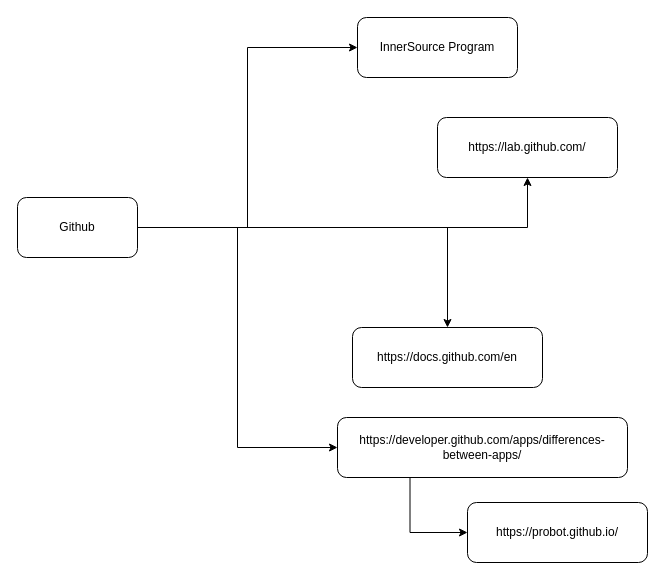
This is maps/Github-mindmap.drawio from marioalboy/techinfos, a draw.io file, before an edit. Source tidied: cells renumbered, new cells numbered last; positions are measured from the earlier drawing's top-left corner, leaving out a move shared by most shapes. Both pictures are drawn from the tidied source at 100%, with x=0, y=0 at pixel (17, 17).
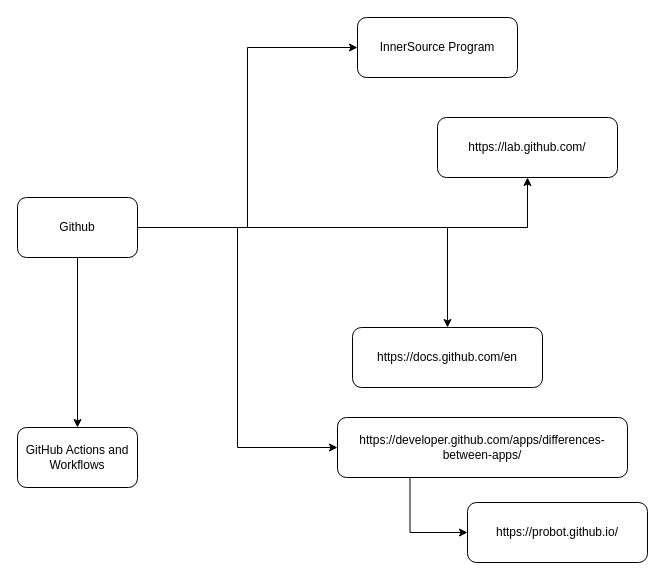
Above is the later version.

What changed in the source:
```diff
@@
 <mxGraphModel>
   <root>
     <mxCell id="0" />
     <mxCell id="1" parent="0" />
     <mxCell id="2" style="edgeStyle=orthogonalEdgeStyle;rounded=0;jettySize=auto;html=1;" parent="1" edge="1" source="6" target="7">
       <mxGeometry relative="1" as="geometry" />
     </mxCell>
     <mxCell id="3" style="edgeStyle=orthogonalEdgeStyle;rounded=0;jettySize=auto;html=1;entryX=0;entryY=0.5;entryDx=0;entryDy=0;" parent="1" edge="1" source="6" target="9">
       <mxGeometry relative="1" as="geometry" />
     </mxCell>
     <mxCell id="4" style="edgeStyle=orthogonalEdgeStyle;rounded=0;jettySize=auto;html=1;entryX=0;entryY=0.5;entryDx=0;entryDy=0;" parent="1" edge="1" source="6" target="11">
       <mxGeometry relative="1" as="geometry" />
     </mxCell>
     <mxCell id="5" style="edgeStyle=orthogonalEdgeStyle;rounded=0;jettySize=auto;html=1;entryX=0.5;entryY=1;entryDx=0;entryDy=0;" parent="1" edge="1" source="6" target="8">
       <mxGeometry relative="1" as="geometry" />
     </mxCell>
+    <mxCell id="13" style="edgeStyle=orthogonalEdgeStyle;rounded=0;jettySize=auto;html=1;exitX=0.5;exitY=1;exitDx=0;exitDy=0;entryX=0.5;entryY=0;entryDx=0;entryDy=0;" parent="1" edge="1" source="6" target="14">
+      <mxGeometry relative="1" as="geometry" />
+    </mxCell>
     <mxCell id="6" value="Github" style="rounded=1;whiteSpace=wrap;html=1;" parent="1" vertex="1">
       <mxGeometry y="180" width="120" height="60" as="geometry" />
     </mxCell>
     <mxCell id="7" value="https://docs.github.com/en" style="rounded=1;whiteSpace=wrap;html=1;" parent="1" vertex="1">
       <mxGeometry x="335" y="310" width="190" height="60" as="geometry" />
     </mxCell>
     <mxCell id="8" value="https://lab.github.com/" style="rounded=1;whiteSpace=wrap;html=1;" parent="1" vertex="1">
       <mxGeometry x="420" y="100" width="180" height="60" as="geometry" />
     </mxCell>
     <mxCell id="9" value="InnerSource Program" style="rounded=1;whiteSpace=wrap;html=1;" parent="1" vertex="1">
       <mxGeometry x="340" width="160" height="60" as="geometry" />
     </mxCell>
     <mxCell id="10" style="edgeStyle=orthogonalEdgeStyle;rounded=0;jettySize=auto;html=1;exitX=0.25;exitY=1;exitDx=0;exitDy=0;entryX=0;entryY=0.5;entryDx=0;entryDy=0;" parent="1" edge="1" source="11" target="12">
       <mxGeometry relative="1" as="geometry" />
     </mxCell>
     <mxCell id="11" value="https://developer.github.com/apps/differences-between-apps/" style="rounded=1;whiteSpace=wrap;html=1;" parent="1" vertex="1">
       <mxGeometry x="320" y="400" width="290" height="60" as="geometry" />
     </mxCell>
     <mxCell id="12" value="https://probot.github.io/" style="rounded=1;whiteSpace=wrap;html=1;" parent="1" vertex="1">
       <mxGeometry x="450" y="485" width="180" height="60" as="geometry" />
     </mxCell>
+    <mxCell id="14" value="GitHub Actions and Workflows" style="rounded=1;whiteSpace=wrap;html=1;" parent="1" vertex="1">
+      <mxGeometry y="410" width="120" height="60" as="geometry" />
+    </mxCell>
   </root>
 </mxGraphModel>
```
